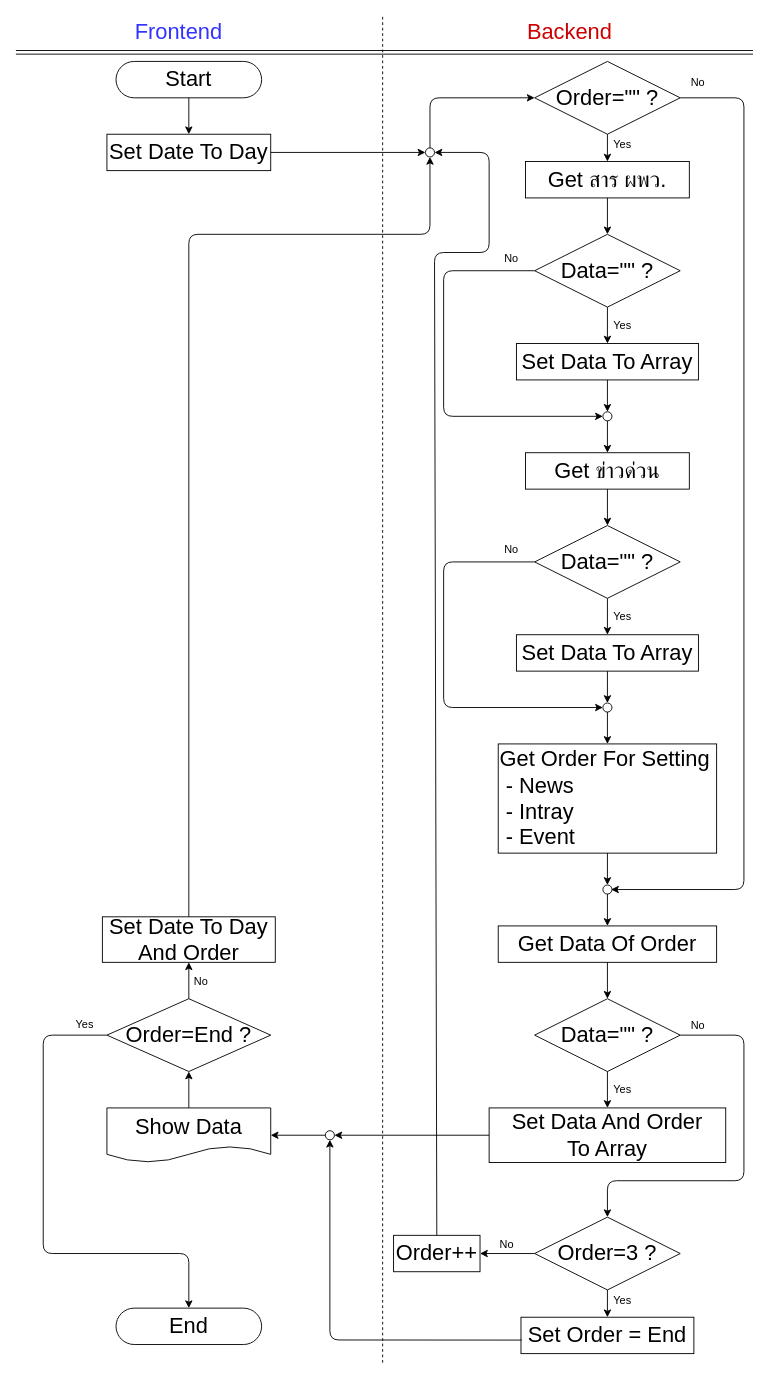
This is KhunSe.drawio from AL1605/drow.io, a draw.io file, before an edit. Source tidied: cells renumbered, new cells numbered last; positions are measured from the earlier drawing's top-left corner, leaving out a move shared by most shapes. Both pictures are drawn from the tidied source at 91%, with x=0, y=0 at pixel (15, 15).
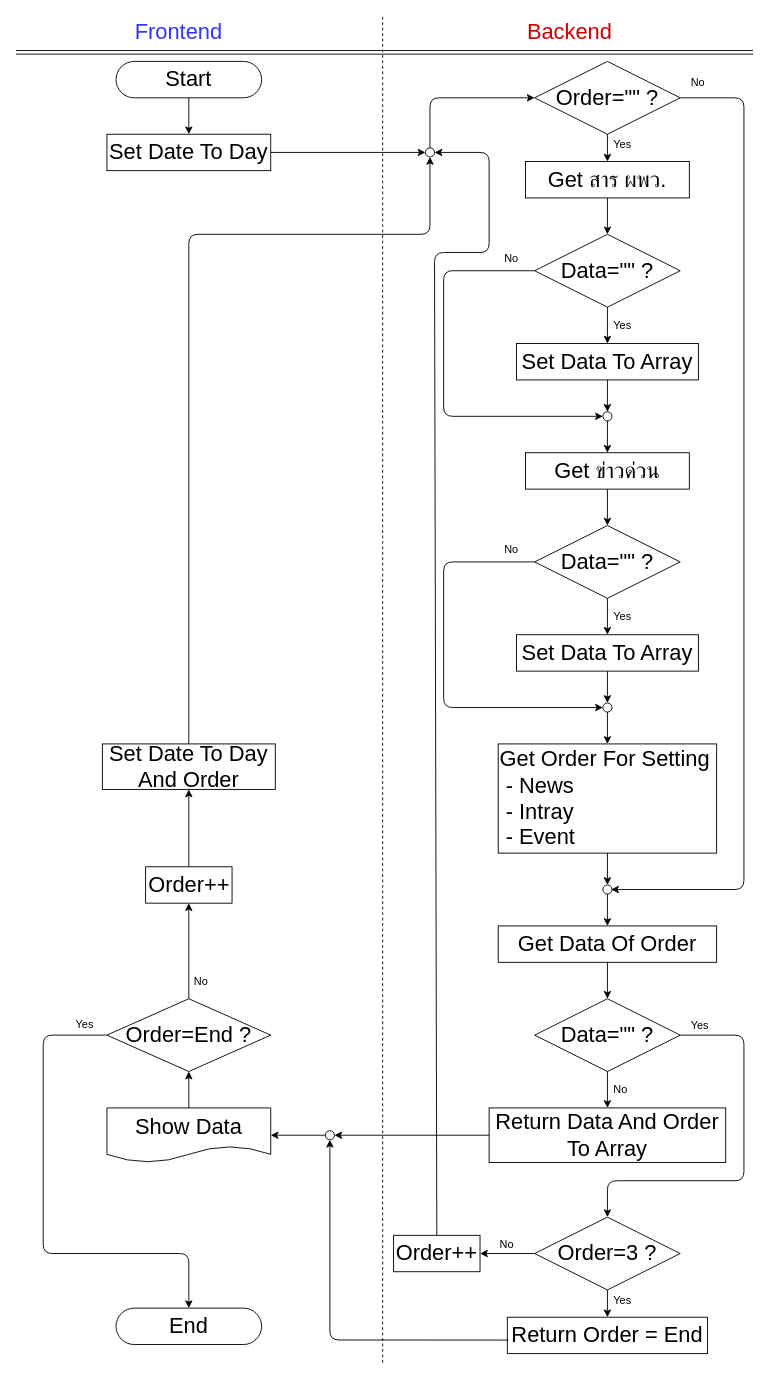
The same diagram, later.

The change refers to these unchanged cells:
```xml
<mxCell id="67" value="&lt;font style=&quot;font-size: 24px&quot;&gt;Order=End ?&lt;/font&gt;" style="rhombus;whiteSpace=wrap;html=1;fontColor=#000000;" parent="1" vertex="1">
  <mxGeometry x="100" y="1080" width="180" height="80" as="geometry" />
</mxCell>
```

The edit, as a diff of the source:
```diff
@@
-    <mxCell id="35" value="&lt;font style=&quot;font-size: 24px&quot;&gt;Set Data And Order &lt;br&gt;To Array&lt;/font&gt;" style="rounded=0;whiteSpace=wrap;html=1;fontColor=#000000;" parent="1" vertex="1">
+    <mxCell id="35" value="&lt;font style=&quot;font-size: 24px&quot;&gt;Return Data And Order &lt;br&gt;To Array&lt;/font&gt;" style="rounded=0;whiteSpace=wrap;html=1;fontColor=#000000;" parent="1" vertex="1">
       <mxGeometry x="520" y="1200" width="260" height="60" as="geometry" />
     </mxCell>
@@
-    <mxCell id="39" value="Yes" style="text;html=1;align=left;verticalAlign=top;spacingTop=-4;fontColor=#000000;" parent="1" vertex="1">
-      <mxGeometry x="655" y="1170" width="40" height="20" as="geometry" />
+    <mxCell id="39" value="No" style="text;html=1;align=left;verticalAlign=top;spacingTop=-4;fontColor=#000000;" parent="1" vertex="1">
+      <mxGeometry x="655" y="1170" width="30" height="20" as="geometry" />
     </mxCell>
@@
     <mxCell id="43" value="&lt;font style=&quot;font-size: 24px&quot;&gt;Set Date To Day And Order&lt;/font&gt;" style="rounded=0;whiteSpace=wrap;html=1;fontColor=#000000;" parent="1" vertex="1">
-      <mxGeometry x="95" y="990" width="190" height="50" as="geometry" />
+      <mxGeometry x="95" y="800" width="190" height="50" as="geometry" />
     </mxCell>
@@
-    <mxCell id="55" value="No" style="text;html=1;align=left;verticalAlign=top;spacingTop=-4;fontColor=#000000;" parent="1" vertex="1">
-      <mxGeometry x="740" y="1100" width="30" height="20" as="geometry" />
+    <mxCell id="55" value="Yes" style="text;html=1;align=left;verticalAlign=top;spacingTop=-4;fontColor=#000000;" parent="1" vertex="1">
+      <mxGeometry x="740" y="1100" width="40" height="20" as="geometry" />
     </mxCell>
@@
-    <mxCell id="61" value="&lt;font style=&quot;font-size: 24px&quot;&gt;Set Order = End&lt;/font&gt;" style="rounded=0;whiteSpace=wrap;html=1;fontColor=#000000;" parent="1" vertex="1">
-      <mxGeometry x="555" y="1430" width="190" height="40" as="geometry" />
+    <mxCell id="61" value="&lt;font style=&quot;font-size: 24px&quot;&gt;Return Order = End&lt;/font&gt;" style="rounded=0;whiteSpace=wrap;html=1;fontColor=#000000;" parent="1" vertex="1">
+      <mxGeometry x="540" y="1430" width="220" height="40" as="geometry" />
     </mxCell>
@@
-    <mxCell id="68" style="endArrow=classic;html=1;fontColor=#000000;exitX=0.5;exitY=0;exitDx=0;exitDy=0;entryX=0.5;entryY=1;entryDx=0;entryDy=0;" parent="1" edge="1" source="67" target="43">
+    <mxCell id="68" style="endArrow=classic;html=1;fontColor=#000000;exitX=0.5;exitY=0;exitDx=0;exitDy=0;entryX=0.5;entryY=1;entryDx=0;entryDy=0;" parent="1" edge="1" source="67" target="73">
       <mxGeometry relative="1" as="geometry" />
     </mxCell>
@@
+    <mxCell id="73" value="&lt;font style=&quot;font-size: 24px&quot;&gt;Order++&lt;/font&gt;" style="rounded=0;whiteSpace=wrap;html=1;fontColor=#000000;" parent="1" vertex="1">
+      <mxGeometry x="142.5" y="935" width="95" height="40" as="geometry" />
+    </mxCell>
+    <mxCell id="74" style="endArrow=classic;html=1;fontColor=#000000;exitX=0.5;exitY=0;exitDx=0;exitDy=0;entryX=0.5;entryY=1;entryDx=0;entryDy=0;" parent="1" edge="1" source="73" target="43">
+      <mxGeometry relative="1" as="geometry" />
+    </mxCell>
```
